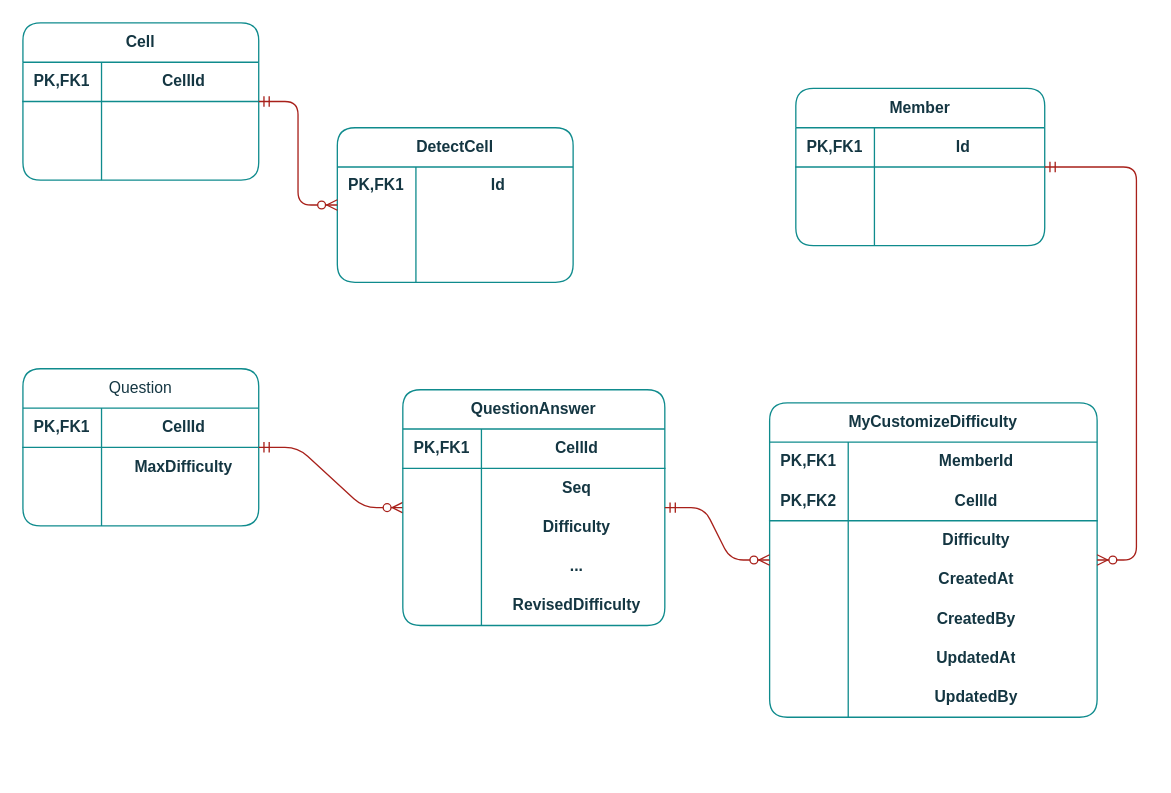
hyeonzx/custom-difficulty keeps this draw.io diagram as custom difficulty.drawio. Above is the earlier version. Source tidied: cells renumbered, new cells numbered last; positions are measured from the earlier drawing's top-left corner, leaving out a move shared by most shapes. Both pictures are drawn from the tidied source at 131%, with x=0, y=0 at pixel (22, 22).
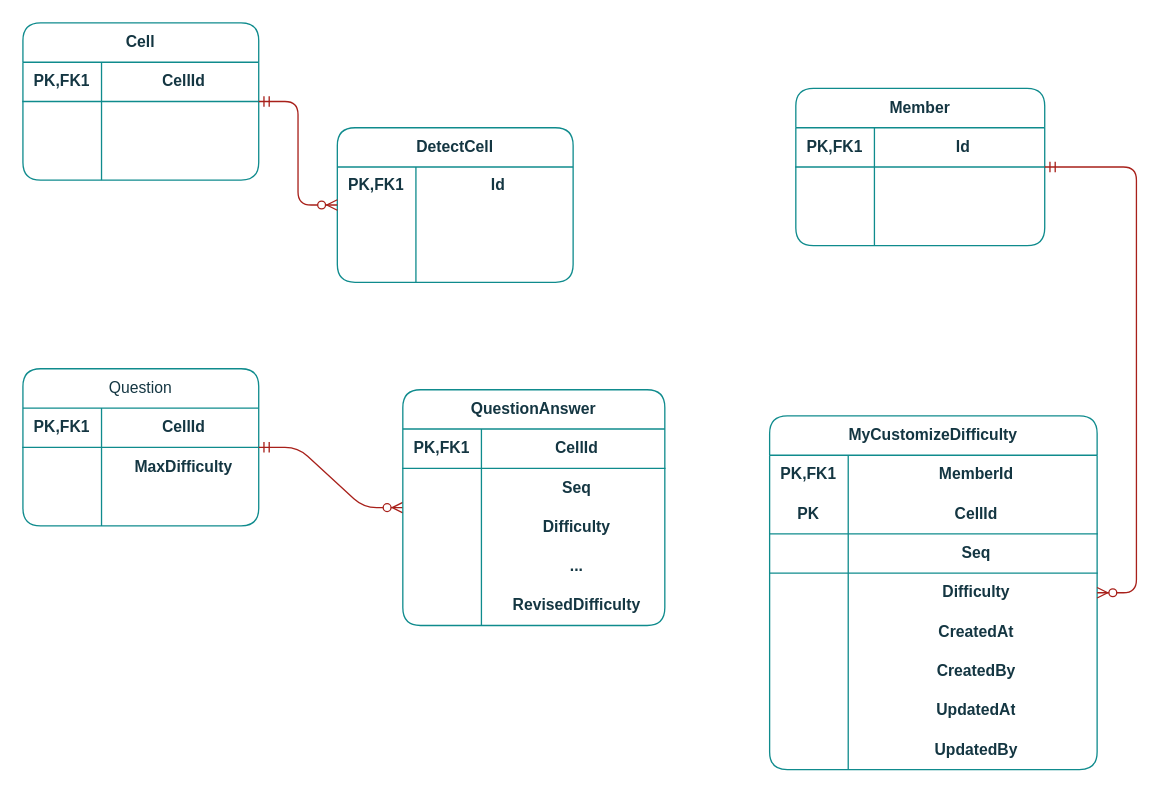
Above is the later version.

The change refers to these unchanged cells:
```xml
<mxCell id="36" style="shape=tableRow;horizontal=0;startSize=0;swimlaneHead=0;swimlaneBody=0;fillColor=none;top=0;left=0;right=0;bottom=1;html=1;swimlaneLine=1;align=center;verticalAlign=middle;fontFamily=Helvetica;fontSize=12;fontStyle=1;labelBackgroundColor=none;strokeColor=#0F8B8D;fontColor=#143642;rounded=1;" parent="32" vertex="1">
  <mxGeometry y="60" width="250" height="30" as="geometry" />
</mxCell>
<mxCell id="67" value="QuestionAnswer" style="shape=table;startSize=30;childLayout=tableLayout;rowLines=0;fontStyle=1;align=center;html=1;whiteSpace=wrap;swimlaneLine=1;verticalAlign=middle;fontFamily=Helvetica;fontSize=12;fillColor=none;rounded=1;labelBackgroundColor=none;strokeColor=#0F8B8D;fontColor=#143642;" parent="1" vertex="1">
  <mxGeometry x="290" y="280" width="200" height="180" as="geometry" />
</mxCell>
```

Diff of the diagram source:
```diff
@@
     <mxCell id="32" value="MyCustomizeDifficulty" style="shape=table;startSize=30;childLayout=tableLayout;rowLines=0;fontStyle=1;align=center;html=1;whiteSpace=wrap;rounded=1;shadow=0;swimlaneFillColor=none;swimlaneLine=1;verticalAlign=middle;fontFamily=Helvetica;fontSize=12;fillColor=none;labelBackgroundColor=none;strokeColor=#0F8B8D;fontColor=#143642;" parent="1" vertex="1">
-      <mxGeometry x="570" y="290" width="250" height="240" as="geometry" />
+      <mxGeometry x="570" y="300" width="250" height="270" as="geometry" />
     </mxCell>
@@
-    <mxCell id="37" value="PK,FK2" style="shape=partialRectangle;fillColor=none;top=0;left=0;bottom=0;right=0;fontStyle=1;overflow=hidden;html=1;whiteSpace=wrap;swimlaneLine=1;align=center;verticalAlign=middle;fontFamily=Helvetica;fontSize=12;labelBackgroundColor=none;strokeColor=#0F8B8D;fontColor=#143642;rounded=1;" parent="36" vertex="1">
+    <mxCell id="37" value="PK" style="shape=partialRectangle;fillColor=none;top=0;left=0;bottom=0;right=0;fontStyle=1;overflow=hidden;html=1;whiteSpace=wrap;swimlaneLine=1;align=center;verticalAlign=middle;fontFamily=Helvetica;fontSize=12;labelBackgroundColor=none;strokeColor=#0F8B8D;fontColor=#143642;rounded=1;" parent="36" vertex="1">
       <mxGeometry width="60" height="30" as="geometry" />
     </mxCell>
@@
+    <mxCell id="85" style="shape=tableRow;horizontal=0;startSize=0;swimlaneHead=0;swimlaneBody=0;fillColor=none;top=0;left=0;right=0;bottom=1;html=1;swimlaneLine=1;align=center;verticalAlign=middle;fontFamily=Helvetica;fontSize=12;fontStyle=1;labelBackgroundColor=none;strokeColor=#0F8B8D;fontColor=#143642;rounded=1;" parent="32" vertex="1">
+      <mxGeometry y="90" width="250" height="30" as="geometry" />
+    </mxCell>
+    <mxCell id="86" style="shape=partialRectangle;fillColor=none;top=0;left=0;bottom=0;right=0;fontStyle=1;overflow=hidden;html=1;whiteSpace=wrap;swimlaneLine=1;align=center;verticalAlign=middle;fontFamily=Helvetica;fontSize=12;labelBackgroundColor=none;strokeColor=#0F8B8D;fontColor=#143642;rounded=1;" parent="85" vertex="1">
+      <mxGeometry width="60" height="30" as="geometry" />
+    </mxCell>
+    <mxCell id="87" value="Seq" style="shape=partialRectangle;fillColor=none;top=0;left=0;bottom=0;right=0;align=center;spacingLeft=6;fontStyle=1;overflow=hidden;html=1;whiteSpace=wrap;swimlaneLine=1;verticalAlign=middle;fontFamily=Helvetica;fontSize=12;labelBackgroundColor=none;strokeColor=#0F8B8D;fontColor=#143642;rounded=1;" parent="85" vertex="1">
+      <mxGeometry x="60" width="190" height="30" as="geometry" />
+    </mxCell>
     <mxCell id="39" style="shape=tableRow;horizontal=0;startSize=0;swimlaneHead=0;swimlaneBody=0;fillColor=none;top=0;left=0;right=0;bottom=0;html=1;swimlaneLine=1;align=center;verticalAlign=middle;fontFamily=Helvetica;fontSize=12;fontStyle=1;labelBackgroundColor=none;strokeColor=#0F8B8D;fontColor=#143642;rounded=1;" parent="32" vertex="1">
-      <mxGeometry y="90" width="250" height="30" as="geometry" />
+      <mxGeometry y="120" width="250" height="30" as="geometry" />
     </mxCell>
@@
     <mxCell id="42" style="shape=tableRow;horizontal=0;startSize=0;swimlaneHead=0;swimlaneBody=0;fillColor=none;top=0;left=0;right=0;bottom=0;html=1;swimlaneLine=1;align=center;verticalAlign=middle;fontFamily=Helvetica;fontSize=12;fontStyle=1;labelBackgroundColor=none;strokeColor=#0F8B8D;fontColor=#143642;rounded=1;" parent="32" vertex="1">
-      <mxGeometry y="120" width="250" height="30" as="geometry" />
+      <mxGeometry y="150" width="250" height="30" as="geometry" />
     </mxCell>
@@
     <mxCell id="45" style="shape=tableRow;horizontal=0;startSize=0;swimlaneHead=0;swimlaneBody=0;fillColor=none;top=0;left=0;right=0;bottom=0;html=1;swimlaneLine=1;align=center;verticalAlign=middle;fontFamily=Helvetica;fontSize=12;fontStyle=1;labelBackgroundColor=none;strokeColor=#0F8B8D;fontColor=#143642;rounded=1;" parent="32" vertex="1">
-      <mxGeometry y="150" width="250" height="30" as="geometry" />
+      <mxGeometry y="180" width="250" height="30" as="geometry" />
     </mxCell>
@@
     <mxCell id="48" style="shape=tableRow;horizontal=0;startSize=0;swimlaneHead=0;swimlaneBody=0;fillColor=none;top=0;left=0;right=0;bottom=0;html=1;swimlaneLine=1;align=center;verticalAlign=middle;fontFamily=Helvetica;fontSize=12;fontStyle=1;labelBackgroundColor=none;strokeColor=#0F8B8D;fontColor=#143642;rounded=1;" parent="32" vertex="1">
-      <mxGeometry y="180" width="250" height="30" as="geometry" />
+      <mxGeometry y="210" width="250" height="30" as="geometry" />
     </mxCell>
@@
     <mxCell id="51" style="shape=tableRow;horizontal=0;startSize=0;swimlaneHead=0;swimlaneBody=0;fillColor=none;top=0;left=0;right=0;bottom=0;html=1;swimlaneLine=1;align=center;verticalAlign=middle;fontFamily=Helvetica;fontSize=12;fontStyle=1;labelBackgroundColor=none;strokeColor=#0F8B8D;fontColor=#143642;rounded=1;" parent="32" vertex="1">
-      <mxGeometry y="210" width="250" height="30" as="geometry" />
+      <mxGeometry y="240" width="250" height="30" as="geometry" />
     </mxCell>
@@
-    <mxCell id="84" style="edgeStyle=entityRelationEdgeStyle;fontSize=12;html=1;endArrow=ERzeroToMany;startArrow=ERmandOne;rounded=1;fontFamily=Helvetica;fontColor=default;fontStyle=1;labelBackgroundColor=none;strokeColor=#A8201A;" parent="1" edge="1" source="67" target="32">
-      <mxGeometry relative="1" as="geometry">
-        <Array as="points">
-          <mxPoint x="220" y="570.5" />
-        </Array>
-      </mxGeometry>
-    </mxCell>
```
